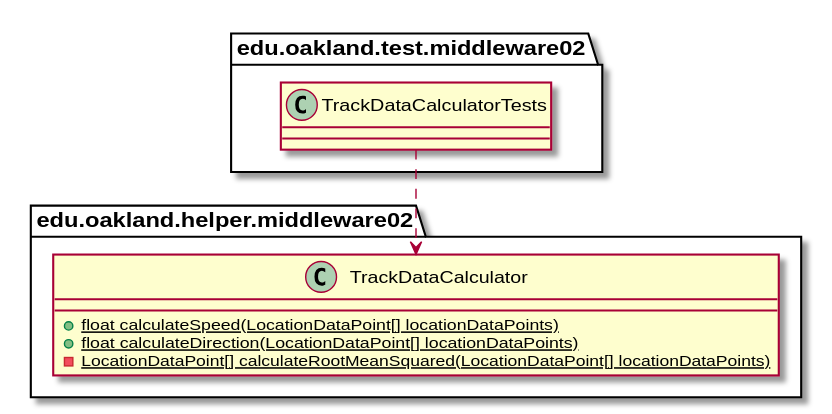
andrewdimmer/csi-3370-software-project keeps this PlantUML diagram as docs/uml-class-diagrams/middleware02/test/TrackDataCalculatorTests/TrackDataCalculatorTests_Closure.svg. Above is the earlier version. Its diagram source:
```plantuml
@startuml TrackDataCalculatorTests_Closure


package edu.oakland.test.middleware02 {
    class TrackDataCalculatorTests {

    }
}




package edu.oakland.helper.middleware02 {
    class TrackDataCalculator {
        {static} + float calculateSpeed(LocationDataPoint[] locationDataPoints)
        {static} + float calculateDirection(LocationDataPoint[] locationDataPoints)
        {static} - LocationDataPoint[] calculateRootMeanSquared(LocationDataPoint[] locationDataPoints)
    }
}






TrackDataCalculatorTests ..> TrackDataCalculator



@enduml
```
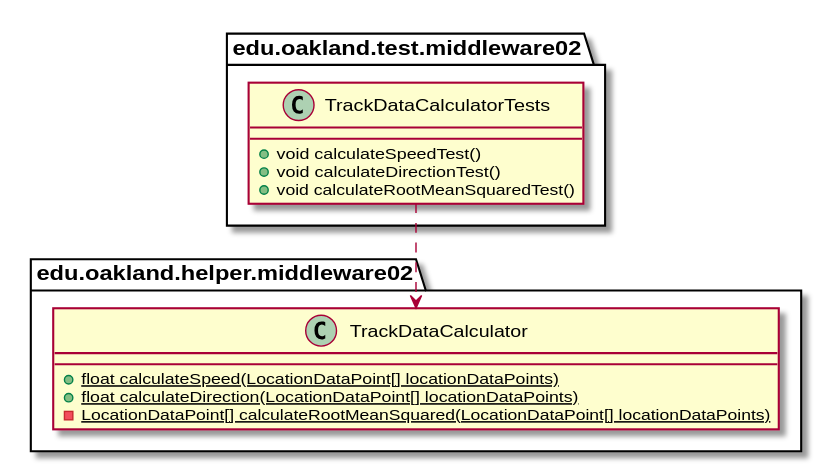
Above is the later version.

What changed in the source:
```diff
@@ -3,7 +3,9 @@
 
 package edu.oakland.test.middleware02 {
     class TrackDataCalculatorTests {
-
+      + void calculateSpeedTest()
+      + void calculateDirectionTest()
+      + void calculateRootMeanSquaredTest()
     }
 }
 
```
